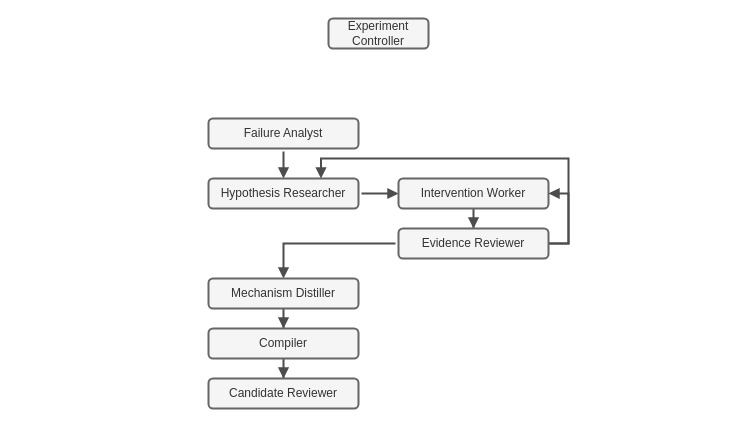
Above: page "第 2 页" (2 of 2) of docs/draw.io/p1.drawio in David205x/SEH (draw.io), before the change. Source tidied: cells renumbered, new cells numbered last; positions are measured from the earlier drawing's top-left corner, leaving out a move shared by most shapes. Both pictures are drawn from the tidied source at 100%, with x=0, y=0 at pixel (208, 18).
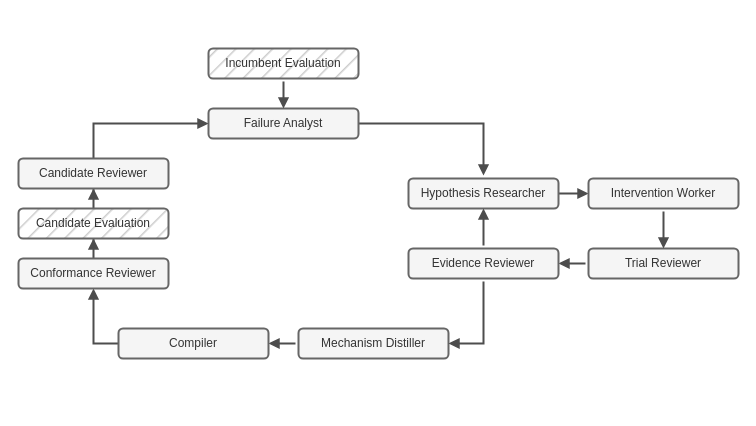
After the change.

Diff of the diagram source:
```diff
@@
-    <mxCell id="2" style="edgeStyle=orthogonalEdgeStyle;shape=connector;rounded=0;jumpStyle=arc;jettySize=auto;html=1;entryX=0.5;entryY=0;entryDx=0;entryDy=0;strokeColor=#4D4D4D;strokeWidth=2;align=center;verticalAlign=middle;fontFamily=Helvetica;fontSize=11;fontColor=default;labelBackgroundColor=default;endArrow=block;endFill=1;sourcePerimeterSpacing=3;targetPerimeterSpacing=3;" parent="1" edge="1" source="3" target="5">
+    <mxCell id="2" style="edgeStyle=orthogonalEdgeStyle;shape=connector;rounded=0;jumpStyle=arc;jettySize=auto;html=1;strokeColor=#4D4D4D;strokeWidth=2;align=center;verticalAlign=middle;fontFamily=Helvetica;fontSize=11;fontColor=default;labelBackgroundColor=default;endArrow=block;endFill=1;sourcePerimeterSpacing=3;targetPerimeterSpacing=3;exitX=1;exitY=0.5;exitDx=0;exitDy=0;" parent="1" edge="1" source="3" target="5">
       <mxGeometry relative="1" as="geometry" />
     </mxCell>
     <mxCell id="3" value="Failure Analyst" style="rounded=1;whiteSpace=wrap;html=1;strokeColor=#666666;strokeWidth=2;align=center;verticalAlign=middle;fontFamily=Helvetica;fontSize=12;fontColor=#333333;fillColor=#f5f5f5;" parent="1" vertex="1">
-      <mxGeometry y="100" width="150" height="30" as="geometry" />
+      <mxGeometry y="90" width="150" height="30" as="geometry" />
     </mxCell>
-    <mxCell id="4" style="edgeStyle=orthogonalEdgeStyle;shape=connector;rounded=0;jumpStyle=arc;jettySize=auto;html=1;strokeColor=#4D4D4D;strokeWidth=2;align=center;verticalAlign=middle;fontFamily=Helvetica;fontSize=11;fontColor=default;labelBackgroundColor=default;endArrow=block;endFill=1;sourcePerimeterSpacing=3;targetPerimeterSpacing=3;entryX=0;entryY=0.5;entryDx=0;entryDy=0;" parent="1" edge="1" source="5" target="7">
-      <mxGeometry relative="1" as="geometry" />
-    </mxCell>
+    <mxCell id="18" style="edgeStyle=orthogonalEdgeStyle;shape=connector;rounded=0;jumpStyle=arc;jettySize=auto;html=1;entryX=0;entryY=0.5;entryDx=0;entryDy=0;strokeColor=#4D4D4D;strokeWidth=2;align=center;verticalAlign=middle;fontFamily=Helvetica;fontSize=11;fontColor=default;labelBackgroundColor=default;endArrow=block;endFill=1;sourcePerimeterSpacing=3;targetPerimeterSpacing=3;exitX=0.899;exitY=0.001;exitDx=0;exitDy=0;exitPerimeter=0;" parent="1" edge="1" target="7">
+      <mxGeometry relative="1" as="geometry">
+        <mxPoint x="334.8" y="190" as="sourcePoint" />
+        <Array as="points">
+          <mxPoint x="334.9" y="175" />
+        </Array>
+      </mxGeometry>
+    </mxCell>
     <mxCell id="5" value="Hypothesis Researcher" style="rounded=1;whiteSpace=wrap;html=1;strokeColor=#666666;strokeWidth=2;align=center;verticalAlign=middle;fontFamily=Helvetica;fontSize=12;fontColor=#333333;fillColor=#f5f5f5;" parent="1" vertex="1">
-      <mxGeometry y="160" width="150" height="30" as="geometry" />
+      <mxGeometry x="200" y="160" width="150" height="30" as="geometry" />
     </mxCell>
-    <mxCell id="6" style="edgeStyle=orthogonalEdgeStyle;shape=connector;rounded=0;jumpStyle=arc;jettySize=auto;html=1;entryX=0.5;entryY=0;entryDx=0;entryDy=0;strokeColor=#4D4D4D;strokeWidth=2;align=center;verticalAlign=middle;fontFamily=Helvetica;fontSize=11;fontColor=default;labelBackgroundColor=default;endArrow=block;endFill=1;sourcePerimeterSpacing=3;targetPerimeterSpacing=3;" parent="1" edge="1" source="7" target="12">
-      <mxGeometry relative="1" as="geometry" />
-    </mxCell>
-    <mxCell id="7" value="Intervention Worker" style="rounded=1;whiteSpace=wrap;html=1;strokeColor=#666666;strokeWidth=2;align=center;verticalAlign=middle;fontFamily=Helvetica;fontSize=12;fontColor=#333333;fillColor=#f5f5f5;" parent="1" vertex="1">
-      <mxGeometry x="190" y="160" width="150" height="30" as="geometry" />
-    </mxCell>
-    <mxCell id="8" value="Experiment Controller" style="rounded=1;whiteSpace=wrap;html=1;strokeColor=#666666;strokeWidth=2;align=center;verticalAlign=middle;fontFamily=Helvetica;fontSize=12;fontColor=#333333;fillColor=#f5f5f5;" parent="1" vertex="1">
-      <mxGeometry x="120" width="100" height="30" as="geometry" />
-    </mxCell>
-    <mxCell id="9" style="edgeStyle=orthogonalEdgeStyle;shape=connector;rounded=0;jumpStyle=arc;jettySize=auto;html=1;entryX=1;entryY=0.5;entryDx=0;entryDy=0;strokeColor=#4D4D4D;strokeWidth=2;align=center;verticalAlign=middle;fontFamily=Helvetica;fontSize=11;fontColor=default;labelBackgroundColor=default;endArrow=block;endFill=1;sourcePerimeterSpacing=3;targetPerimeterSpacing=3;exitX=1;exitY=0.5;exitDx=0;exitDy=0;" parent="1" edge="1" source="12" target="7">
-      <mxGeometry relative="1" as="geometry" />
-    </mxCell>
-    <mxCell id="10" style="edgeStyle=orthogonalEdgeStyle;shape=connector;rounded=0;jumpStyle=arc;jettySize=auto;html=1;entryX=0.75;entryY=0;entryDx=0;entryDy=0;strokeColor=#4D4D4D;strokeWidth=2;align=center;verticalAlign=middle;fontFamily=Helvetica;fontSize=11;fontColor=default;labelBackgroundColor=default;endArrow=block;endFill=1;sourcePerimeterSpacing=3;targetPerimeterSpacing=3;exitX=1;exitY=0.5;exitDx=0;exitDy=0;" parent="1" edge="1" source="12" target="5">
-      <mxGeometry relative="1" as="geometry" />
-    </mxCell>
-    <mxCell id="11" style="edgeStyle=orthogonalEdgeStyle;shape=connector;rounded=0;jumpStyle=arc;jettySize=auto;html=1;entryX=0.5;entryY=0;entryDx=0;entryDy=0;strokeColor=#4D4D4D;strokeWidth=2;align=center;verticalAlign=middle;fontFamily=Helvetica;fontSize=11;fontColor=default;labelBackgroundColor=default;endArrow=block;endFill=1;sourcePerimeterSpacing=3;targetPerimeterSpacing=3;" parent="1" edge="1" source="12" target="14">
-      <mxGeometry relative="1" as="geometry" />
-    </mxCell>
+    <mxCell id="19" style="edgeStyle=orthogonalEdgeStyle;shape=connector;rounded=0;jumpStyle=arc;jettySize=auto;html=1;entryX=1;entryY=0.5;entryDx=0;entryDy=0;strokeColor=#4D4D4D;strokeWidth=2;align=center;verticalAlign=middle;fontFamily=Helvetica;fontSize=11;fontColor=default;labelBackgroundColor=default;endArrow=block;endFill=1;sourcePerimeterSpacing=3;targetPerimeterSpacing=3;" parent="1" edge="1" source="12" target="23">
+      <mxGeometry relative="1" as="geometry" />
+    </mxCell>
-    <mxCell id="12" value="Evidence Reviewer" style="rounded=1;whiteSpace=wrap;html=1;strokeColor=#666666;strokeWidth=2;align=center;verticalAlign=middle;fontFamily=Helvetica;fontSize=12;fontColor=#333333;fillColor=#f5f5f5;" parent="1" vertex="1">
-      <mxGeometry x="190" y="210" width="150" height="30" as="geometry" />
+    <mxCell id="12" value="Trial Reviewer" style="rounded=1;whiteSpace=wrap;html=1;strokeColor=#666666;strokeWidth=2;align=center;verticalAlign=middle;fontFamily=Helvetica;fontSize=12;fontColor=#333333;fillColor=#f5f5f5;" parent="1" vertex="1">
+      <mxGeometry x="380" y="230" width="150" height="30" as="geometry" />
     </mxCell>
-    <mxCell id="13" style="edgeStyle=orthogonalEdgeStyle;shape=connector;rounded=0;jumpStyle=arc;jettySize=auto;html=1;entryX=0.5;entryY=0;entryDx=0;entryDy=0;strokeColor=#4D4D4D;strokeWidth=2;align=center;verticalAlign=middle;fontFamily=Helvetica;fontSize=11;fontColor=default;labelBackgroundColor=default;endArrow=block;endFill=1;sourcePerimeterSpacing=3;targetPerimeterSpacing=3;" parent="1" edge="1" source="14" target="16">
+    <mxCell id="13" style="edgeStyle=orthogonalEdgeStyle;shape=connector;rounded=0;jumpStyle=arc;jettySize=auto;html=1;entryX=1;entryY=0.5;entryDx=0;entryDy=0;strokeColor=#4D4D4D;strokeWidth=2;align=center;verticalAlign=middle;fontFamily=Helvetica;fontSize=11;fontColor=default;labelBackgroundColor=default;endArrow=block;endFill=1;sourcePerimeterSpacing=3;targetPerimeterSpacing=3;" parent="1" edge="1" source="14" target="16">
       <mxGeometry relative="1" as="geometry" />
     </mxCell>
     <mxCell id="14" value="Mechanism Distiller" style="rounded=1;whiteSpace=wrap;html=1;strokeColor=#666666;strokeWidth=2;align=center;verticalAlign=middle;fontFamily=Helvetica;fontSize=12;fontColor=#333333;fillColor=#f5f5f5;" parent="1" vertex="1">
-      <mxGeometry y="260" width="150" height="30" as="geometry" />
+      <mxGeometry x="90" y="310" width="150" height="30" as="geometry" />
     </mxCell>
-    <mxCell id="15" style="edgeStyle=orthogonalEdgeStyle;shape=connector;rounded=0;jumpStyle=arc;jettySize=auto;html=1;entryX=0.5;entryY=0;entryDx=0;entryDy=0;strokeColor=#4D4D4D;strokeWidth=2;align=center;verticalAlign=middle;fontFamily=Helvetica;fontSize=11;fontColor=default;labelBackgroundColor=default;endArrow=block;endFill=1;sourcePerimeterSpacing=3;targetPerimeterSpacing=3;" parent="1" edge="1" source="16" target="17">
+    <mxCell id="15" style="edgeStyle=orthogonalEdgeStyle;shape=connector;rounded=0;jumpStyle=arc;jettySize=auto;html=1;entryX=0.5;entryY=1;entryDx=0;entryDy=0;strokeColor=#4D4D4D;strokeWidth=2;align=center;verticalAlign=middle;fontFamily=Helvetica;fontSize=11;fontColor=default;labelBackgroundColor=default;endArrow=block;endFill=1;sourcePerimeterSpacing=3;targetPerimeterSpacing=3;exitX=0;exitY=0.5;exitDx=0;exitDy=0;" parent="1" edge="1" source="16" target="17">
       <mxGeometry relative="1" as="geometry" />
     </mxCell>
     <mxCell id="16" value="Compiler" style="rounded=1;whiteSpace=wrap;html=1;strokeColor=#666666;strokeWidth=2;align=center;verticalAlign=middle;fontFamily=Helvetica;fontSize=12;fontColor=#333333;fillColor=#f5f5f5;" parent="1" vertex="1">
-      <mxGeometry y="310" width="150" height="30" as="geometry" />
+      <mxGeometry x="-90" y="310" width="150" height="30" as="geometry" />
     </mxCell>
+    <mxCell id="20" style="edgeStyle=orthogonalEdgeStyle;shape=connector;rounded=0;jumpStyle=arc;jettySize=auto;html=1;entryX=0.5;entryY=1;entryDx=0;entryDy=0;strokeColor=#4D4D4D;strokeWidth=2;align=center;verticalAlign=middle;fontFamily=Helvetica;fontSize=11;fontColor=default;labelBackgroundColor=default;endArrow=block;endFill=1;sourcePerimeterSpacing=3;targetPerimeterSpacing=3;" parent="1" edge="1" source="17" target="25">
+      <mxGeometry relative="1" as="geometry" />
+    </mxCell>
-    <mxCell id="17" value="Candidate Reviewer" style="rounded=1;whiteSpace=wrap;html=1;strokeColor=#666666;strokeWidth=2;align=center;verticalAlign=middle;fontFamily=Helvetica;fontSize=12;fontColor=#333333;fillColor=#f5f5f5;" parent="1" vertex="1">
-      <mxGeometry y="360" width="150" height="30" as="geometry" />
+    <mxCell id="17" value="Conformance Reviewer" style="rounded=1;whiteSpace=wrap;html=1;strokeColor=#666666;strokeWidth=2;align=center;verticalAlign=middle;fontFamily=Helvetica;fontSize=12;fontColor=#333333;fillColor=#f5f5f5;" parent="1" vertex="1">
+      <mxGeometry x="-190" y="240" width="150" height="30" as="geometry" />
     </mxCell>
+    <mxCell id="21" style="edgeStyle=orthogonalEdgeStyle;shape=connector;rounded=0;jumpStyle=arc;jettySize=auto;html=1;strokeColor=#4D4D4D;strokeWidth=2;align=center;verticalAlign=middle;fontFamily=Helvetica;fontSize=11;fontColor=default;labelBackgroundColor=default;endArrow=block;endFill=1;sourcePerimeterSpacing=3;targetPerimeterSpacing=3;entryX=1;entryY=0.5;entryDx=0;entryDy=0;" parent="1" edge="1" source="23" target="14">
+      <mxGeometry relative="1" as="geometry" />
+    </mxCell>
+    <mxCell id="22" style="edgeStyle=orthogonalEdgeStyle;shape=connector;rounded=0;jumpStyle=arc;jettySize=auto;html=1;entryX=0.5;entryY=1;entryDx=0;entryDy=0;strokeColor=#4D4D4D;strokeWidth=2;align=center;verticalAlign=middle;fontFamily=Helvetica;fontSize=11;fontColor=default;labelBackgroundColor=default;endArrow=block;endFill=1;sourcePerimeterSpacing=3;targetPerimeterSpacing=3;" parent="1" edge="1" source="23" target="5">
+      <mxGeometry relative="1" as="geometry" />
+    </mxCell>
+    <mxCell id="23" value="Evidence Reviewer" style="rounded=1;whiteSpace=wrap;html=1;strokeColor=#666666;strokeWidth=2;align=center;verticalAlign=middle;fontFamily=Helvetica;fontSize=12;fontColor=#333333;fillColor=#f5f5f5;" parent="1" vertex="1">
+      <mxGeometry x="200" y="230" width="150" height="30" as="geometry" />
+    </mxCell>
+    <mxCell id="24" style="edgeStyle=orthogonalEdgeStyle;shape=connector;rounded=0;jumpStyle=arc;jettySize=auto;html=1;entryX=0.5;entryY=1;entryDx=0;entryDy=0;strokeColor=#4D4D4D;strokeWidth=2;align=center;verticalAlign=middle;fontFamily=Helvetica;fontSize=11;fontColor=default;labelBackgroundColor=default;endArrow=block;endFill=1;sourcePerimeterSpacing=3;targetPerimeterSpacing=3;" parent="1" edge="1" source="25" target="27">
+      <mxGeometry relative="1" as="geometry" />
+    </mxCell>
+    <mxCell id="25" value="Candidate Evaluation" style="rounded=1;whiteSpace=wrap;html=1;strokeColor=#666666;strokeWidth=2;align=center;verticalAlign=middle;fontFamily=Helvetica;fontSize=12;fontColor=#333333;fillColor=#CCCCCC;fillStyle=hatch;" parent="1" vertex="1">
+      <mxGeometry x="-190" y="190" width="150" height="30" as="geometry" />
+    </mxCell>
+    <mxCell id="26" style="edgeStyle=orthogonalEdgeStyle;shape=connector;rounded=0;jumpStyle=arc;jettySize=auto;html=1;entryX=0;entryY=0.5;entryDx=0;entryDy=0;strokeColor=#4D4D4D;strokeWidth=2;align=center;verticalAlign=middle;fontFamily=Helvetica;fontSize=11;fontColor=default;labelBackgroundColor=default;endArrow=block;endFill=1;sourcePerimeterSpacing=3;targetPerimeterSpacing=3;exitX=0.5;exitY=0;exitDx=0;exitDy=0;" parent="1" edge="1" source="27" target="3">
+      <mxGeometry relative="1" as="geometry" />
+    </mxCell>
+    <mxCell id="27" value="Candidate Reviewer" style="rounded=1;whiteSpace=wrap;html=1;strokeColor=#666666;strokeWidth=2;align=center;verticalAlign=middle;fontFamily=Helvetica;fontSize=12;fontColor=#333333;fillColor=#f5f5f5;" parent="1" vertex="1">
+      <mxGeometry x="-190" y="140" width="150" height="30" as="geometry" />
+    </mxCell>
+    <mxCell id="6" style="edgeStyle=orthogonalEdgeStyle;shape=connector;rounded=0;jumpStyle=arc;jettySize=auto;html=1;entryX=0.5;entryY=0;entryDx=0;entryDy=0;strokeColor=#4D4D4D;strokeWidth=2;align=center;verticalAlign=middle;fontFamily=Helvetica;fontSize=11;fontColor=default;labelBackgroundColor=default;endArrow=block;endFill=1;sourcePerimeterSpacing=3;targetPerimeterSpacing=3;" parent="1" edge="1" source="7" target="12">
+      <mxGeometry relative="1" as="geometry" />
+    </mxCell>
+    <mxCell id="7" value="Intervention Worker" style="rounded=1;whiteSpace=wrap;html=1;strokeColor=#666666;strokeWidth=2;align=center;verticalAlign=middle;fontFamily=Helvetica;fontSize=12;fontColor=#333333;fillColor=#f5f5f5;" parent="1" vertex="1">
+      <mxGeometry x="380" y="160" width="150" height="30" as="geometry" />
+    </mxCell>
+    <mxCell id="28" style="edgeStyle=orthogonalEdgeStyle;shape=connector;rounded=0;jumpStyle=arc;jettySize=auto;html=1;entryX=0.5;entryY=0;entryDx=0;entryDy=0;strokeColor=#4D4D4D;strokeWidth=2;align=center;verticalAlign=middle;fontFamily=Helvetica;fontSize=11;fontColor=default;labelBackgroundColor=default;endArrow=block;endFill=1;sourcePerimeterSpacing=3;targetPerimeterSpacing=3;" parent="1" edge="1" source="29" target="3">
+      <mxGeometry relative="1" as="geometry" />
+    </mxCell>
+    <mxCell id="29" value="Incumbent Evaluation" style="rounded=1;whiteSpace=wrap;html=1;strokeColor=#666666;strokeWidth=2;align=center;verticalAlign=middle;fontFamily=Helvetica;fontSize=12;fontColor=#333333;fillColor=#CCCCCC;fillStyle=hatch;" parent="1" vertex="1">
+      <mxGeometry y="30" width="150" height="30" as="geometry" />
+    </mxCell>
```
